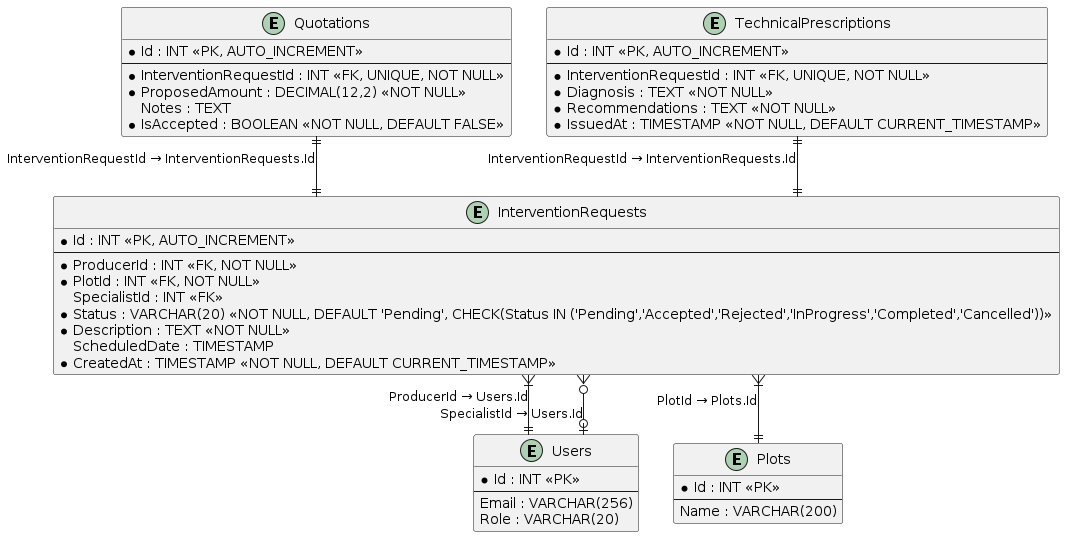
Earlier version of the PlantUML export report/assets/database-design-diagrams/intervention-marketplace-bounded-context-database-diagram.png (upc-pre-1asi0729-11848-arcadiadevs/viora-report). The source it was exported from:
```plantuml
@startuml
skinparam linetype ortho
skinparam roundcorner 5

entity "Users" as users {
    * Id : INT <<PK>>
    --
    Email : VARCHAR(256)
    Role : VARCHAR(20)
}

entity "Plots" as plots {
    * Id : INT <<PK>>
    --
    Name : VARCHAR(200)
}

entity "InterventionRequests" as intervention_requests {
    * Id : INT <<PK, AUTO_INCREMENT>>
    --
    * ProducerId : INT <<FK, NOT NULL>>
    * PlotId : INT <<FK, NOT NULL>>
    SpecialistId : INT <<FK>>
    * Status : VARCHAR(20) <<NOT NULL, DEFAULT 'Pending', CHECK(Status IN ('Pending','Accepted','Rejected','InProgress','Completed','Cancelled'))>>
    * Description : TEXT <<NOT NULL>>
    ScheduledDate : TIMESTAMP
    * CreatedAt : TIMESTAMP <<NOT NULL, DEFAULT CURRENT_TIMESTAMP>>
}

entity "Quotations" as quotations {
    * Id : INT <<PK, AUTO_INCREMENT>>
    --
    * InterventionRequestId : INT <<FK, UNIQUE, NOT NULL>>
    * ProposedAmount : DECIMAL(12,2) <<NOT NULL>>
    Notes : TEXT
    * IsAccepted : BOOLEAN <<NOT NULL, DEFAULT FALSE>>
}

entity "TechnicalPrescriptions" as technical_prescriptions {
    * Id : INT <<PK, AUTO_INCREMENT>>
    --
    * InterventionRequestId : INT <<FK, UNIQUE, NOT NULL>>
    * Diagnosis : TEXT <<NOT NULL>>
    * Recommendations : TEXT <<NOT NULL>>
    * IssuedAt : TIMESTAMP <<NOT NULL, DEFAULT CURRENT_TIMESTAMP>>
}

intervention_requests }|--|| users : "ProducerId → Users.Id"
intervention_requests }o--o| users : "SpecialistId → Users.Id"
intervention_requests }|--|| plots : "PlotId → Plots.Id"
quotations ||--|| intervention_requests : "InterventionRequestId → InterventionRequests.Id"
technical_prescriptions ||--|| intervention_requests : "InterventionRequestId → InterventionRequests.Id"
@enduml
```
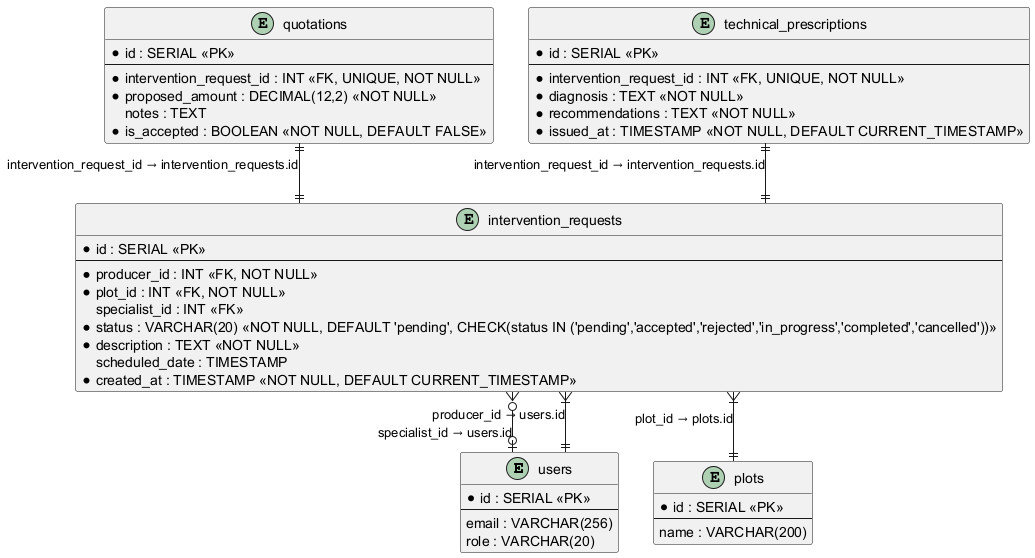
After the change.

What changed in the source:
```diff
@@ -2,52 +2,53 @@
 skinparam linetype ortho
 skinparam roundcorner 5
 
-entity "Users" as users {
-    * Id : INT <<PK>>
+entity "users" as users {
+    * id : SERIAL <<PK>>
     --
-    Email : VARCHAR(256)
-    Role : VARCHAR(20)
+    email : VARCHAR(256)
+    role : VARCHAR(20)
 }
 
-entity "Plots" as plots {
-    * Id : INT <<PK>>
+entity "plots" as plots {
+    * id : SERIAL <<PK>>
     --
-    Name : VARCHAR(200)
+    name : VARCHAR(200)
 }
 
-entity "InterventionRequests" as intervention_requests {
-    * Id : INT <<PK, AUTO_INCREMENT>>
+entity "intervention_requests" as intervention_requests {
+    * id : SERIAL <<PK>>
     --
-    * ProducerId : INT <<FK, NOT NULL>>
-    * PlotId : INT <<FK, NOT NULL>>
-    SpecialistId : INT <<FK>>
-    * Status : VARCHAR(20) <<NOT NULL, DEFAULT 'Pending', CHECK(Status IN ('Pending','Accepted','Rejected','InProgress','Completed','Cancelled'))>>
-    * Description : TEXT <<NOT NULL>>
-    ScheduledDate : TIMESTAMP
-    * CreatedAt : TIMESTAMP <<NOT NULL, DEFAULT CURRENT_TIMESTAMP>>
+    * producer_id : INT <<FK, NOT NULL>>
+    * plot_id : INT <<FK, NOT NULL>>
+    specialist_id : INT <<FK>>
+    * status : VARCHAR(20) <<NOT NULL, DEFAULT 'pending', CHECK(status IN ('pending','accepted','rejected','in_progress','completed','cancelled'))>>
+    * description : TEXT <<NOT NULL>>
+    scheduled_date : TIMESTAMP
+    * created_at : TIMESTAMP <<NOT NULL, DEFAULT CURRENT_TIMESTAMP>>
 }
 
-entity "Quotations" as quotations {
-    * Id : INT <<PK, AUTO_INCREMENT>>
+entity "quotations" as quotations {
+    * id : SERIAL <<PK>>
     --
-    * InterventionRequestId : INT <<FK, UNIQUE, NOT NULL>>
-    * ProposedAmount : DECIMAL(12,2) <<NOT NULL>>
-    Notes : TEXT
-    * IsAccepted : BOOLEAN <<NOT NULL, DEFAULT FALSE>>
+    * intervention_request_id : INT <<FK, UNIQUE, NOT NULL>>
+    * proposed_amount : DECIMAL(12,2) <<NOT NULL>>
+    notes : TEXT
+    * is_accepted : BOOLEAN <<NOT NULL, DEFAULT FALSE>>
 }
 
-entity "TechnicalPrescriptions" as technical_prescriptions {
-    * Id : INT <<PK, AUTO_INCREMENT>>
+entity "technical_prescriptions" as technical_prescriptions {
+    * id : SERIAL <<PK>>
     --
-    * InterventionRequestId : INT <<FK, UNIQUE, NOT NULL>>
-    * Diagnosis : TEXT <<NOT NULL>>
-    * Recommendations : TEXT <<NOT NULL>>
-    * IssuedAt : TIMESTAMP <<NOT NULL, DEFAULT CURRENT_TIMESTAMP>>
+    * intervention_request_id : INT <<FK, UNIQUE, NOT NULL>>
+    * diagnosis : TEXT <<NOT NULL>>
+    * recommendations : TEXT <<NOT NULL>>
+    * issued_at : TIMESTAMP <<NOT NULL, DEFAULT CURRENT_TIMESTAMP>>
 }
 
-intervention_requests }|--|| users : "ProducerId → Users.Id"
-intervention_requests }o--o| users : "SpecialistId → Users.Id"
-intervention_requests }|--|| plots : "PlotId → Plots.Id"
-quotations ||--|| intervention_requests : "InterventionRequestId → InterventionRequests.Id"
-technical_prescriptions ||--|| intervention_requests : "InterventionRequestId → InterventionRequests.Id"
+intervention_requests }|--|| users : "producer_id → users.id"
+intervention_requests }o--o| users : "specialist_id → users.id"
+intervention_requests }|--|| plots : "plot_id → plots.id"
+quotations ||--|| intervention_requests : "intervention_request_id → intervention_requests.id"
+technical_prescriptions ||--|| intervention_requests : "intervention_request_id → intervention_requests.id"
+
 @enduml
```
